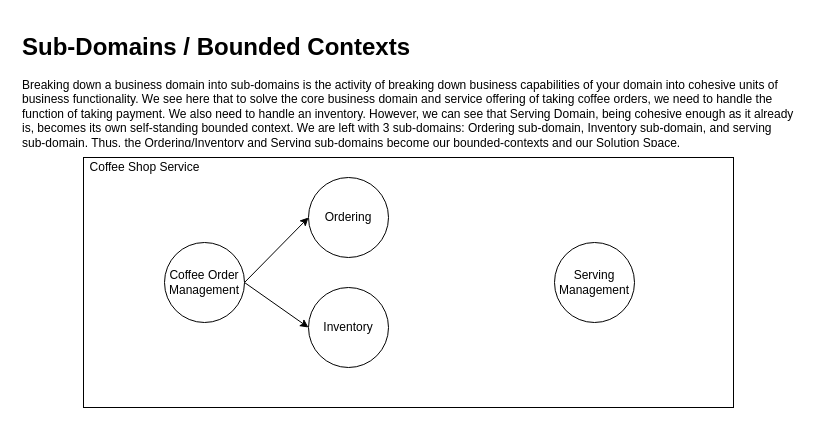
This is page "Bounded Contexts" (2 of 8) of coffeeshop.drawio from HasseNasse/CoffeeShop, a draw.io file, before an edit. Source tidied: cells renumbered, new cells numbered last; positions are measured from the earlier drawing's top-left corner, leaving out a move shared by most shapes. Both pictures are drawn from the tidied source at 100%, with x=0, y=0 at pixel (17, 27).
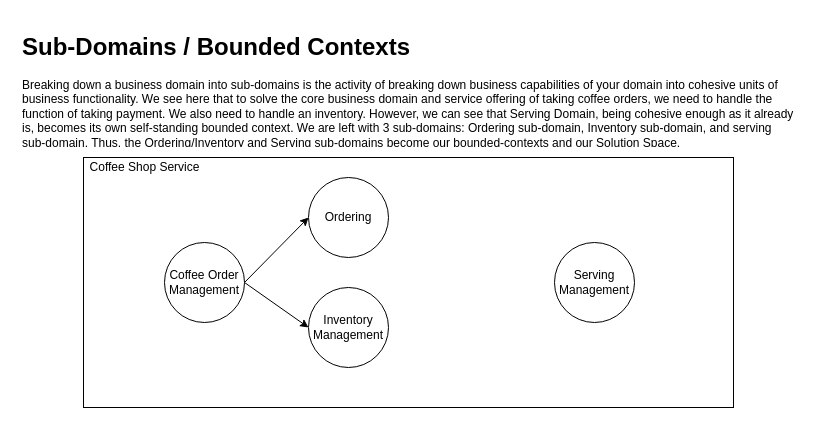
Above is the later version.

What changed in the source:
```diff
@@
 <mxGraphModel>
   <root>
     <mxCell id="0" />
     <mxCell id="1" parent="0" />
     <mxCell id="2" style="rounded=0;whiteSpace=wrap;html=1;" parent="1" vertex="1">
       <mxGeometry x="66" y="130" width="650" height="250" as="geometry" />
     </mxCell>
     <mxCell id="3" value="Coffee Shop Service" style="text;html=1;align=center;verticalAlign=middle;" parent="1" vertex="1">
       <mxGeometry x="62" y="130" width="130" height="20" as="geometry" />
     </mxCell>
     <mxCell id="4" style="edgeStyle=none;rounded=0;jettySize=auto;html=1;exitX=1;exitY=0.5;exitDx=0;exitDy=0;entryX=0;entryY=0.5;entryDx=0;entryDy=0;" parent="1" edge="1" source="6" target="9">
       <mxGeometry relative="1" as="geometry" />
     </mxCell>
     <mxCell id="5" style="edgeStyle=none;rounded=0;jettySize=auto;html=1;exitX=1;exitY=0.5;exitDx=0;exitDy=0;entryX=0;entryY=0.5;entryDx=0;entryDy=0;" parent="1" edge="1" source="6" target="10">
       <mxGeometry relative="1" as="geometry" />
     </mxCell>
     <mxCell id="6" value="Coffee Order&lt;br&gt;Management" style="ellipse;whiteSpace=wrap;html=1;" parent="1" vertex="1">
       <mxGeometry x="147" y="215" width="80" height="80" as="geometry" />
     </mxCell>
     <mxCell id="7" value="Serving&lt;br&gt;Management" style="ellipse;whiteSpace=wrap;html=1;" parent="1" vertex="1">
       <mxGeometry x="537" y="215" width="80" height="80" as="geometry" />
     </mxCell>
     <mxCell id="8" value="&lt;h1&gt;Sub-Domains / Bounded Contexts&lt;/h1&gt;&lt;div&gt;Breaking down a business domain into sub-domains is the activity of breaking down business capabilities of your domain into cohesive units of business functionality. We see here that to solve the core business domain and service offering of taking coffee orders, we need to handle the function of taking payment. We also need to handle an inventory. However, we can see that Serving Domain, being cohesive enough as it already is, becomes its own self-standing bounded context. We are left with 3 sub-domains: Ordering sub-domain, Inventory sub-domain, and serving sub-domain. Thus, the Ordering/Inventory and Serving sub-domains become our bounded-contexts and our Solution Space.&lt;/div&gt;&lt;p&gt;&lt;br&gt;&lt;/p&gt;" style="text;html=1;strokeColor=none;fillColor=none;spacing=5;spacingTop=-20;whiteSpace=wrap;overflow=hidden;rounded=0;" parent="1" vertex="1">
       <mxGeometry width="780" height="120" as="geometry" />
     </mxCell>
     <mxCell id="9" value="Ordering" style="ellipse;whiteSpace=wrap;html=1;" parent="1" vertex="1">
       <mxGeometry x="291" y="150" width="80" height="80" as="geometry" />
     </mxCell>
-    <mxCell id="10" value="Inventory" style="ellipse;whiteSpace=wrap;html=1;" parent="1" vertex="1">
+    <mxCell id="10" value="Inventory&lt;br&gt;Management" style="ellipse;whiteSpace=wrap;html=1;" parent="1" vertex="1">
       <mxGeometry x="291" y="260" width="80" height="80" as="geometry" />
     </mxCell>
   </root>
 </mxGraphModel>
```
